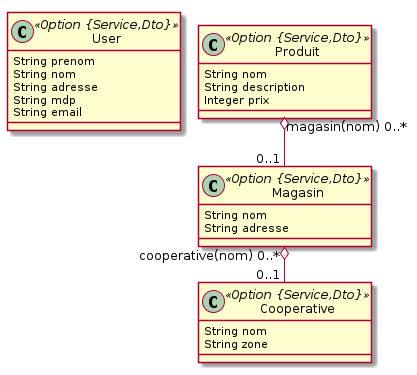
Earlier version of the PlantUML export coopcycle.png (Frezs19/Coopcycle-jhipster). The source it was exported from:
```plantuml
@startuml
	!pragma layout smetana
	!pragma syntax class
	class User <<Option {Service,Dto}>> {
		String prenom
		String nom
		String adresse
		String mdp
		String email
	}
	class Magasin <<Option {Service,Dto}>> {
		String nom
		String adresse
	}
	class Cooperative <<Option {Service,Dto}>> {
		String nom
		String zone
	}
	class Produit <<Option {Service,Dto}>> {
		String nom
		String description
		Integer prix
	}
	Magasin  "cooperative(nom) 0..* " o-- "0..1 "  Cooperative
	Produit  "magasin(nom) 0..* " o-- "0..1 "  Magasin
@enduml
```
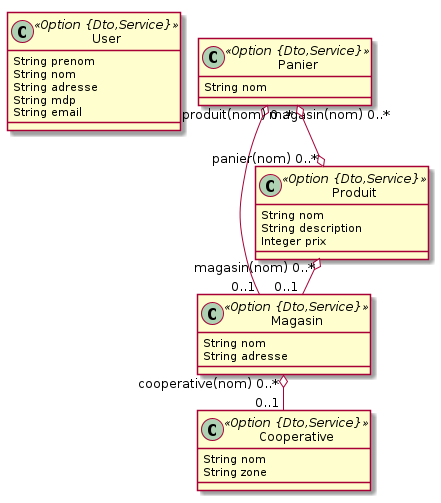
After the commit.

What changed in the source:
```diff
@@ -1,26 +1,31 @@
 @startuml
 	!pragma layout smetana
 	!pragma syntax class
-	class User <<Option {Service,Dto}>> {
+	class User <<Option {Dto,Service}>> {
 		String prenom
 		String nom
 		String adresse
 		String mdp
 		String email
 	}
-	class Magasin <<Option {Service,Dto}>> {
+	class Magasin <<Option {Dto,Service}>> {
 		String nom
 		String adresse
 	}
-	class Cooperative <<Option {Service,Dto}>> {
+	class Cooperative <<Option {Dto,Service}>> {
 		String nom
 		String zone
 	}
-	class Produit <<Option {Service,Dto}>> {
+	class Produit <<Option {Dto,Service}>> {
 		String nom
 		String description
 		Integer prix
 	}
+	class Panier <<Option {Dto,Service}>> {
+		String nom
+	}
 	Magasin  "cooperative(nom) 0..* " o-- "0..1 "  Cooperative
 	Produit  "magasin(nom) 0..* " o-- "0..1 "  Magasin
+	Panier  "magasin(nom) 0..* " o-- "0..1 "  Magasin
+	Panier  "produit(nom) 0..* " o--o "panier(nom) 0..* "  Produit
 @enduml
```
